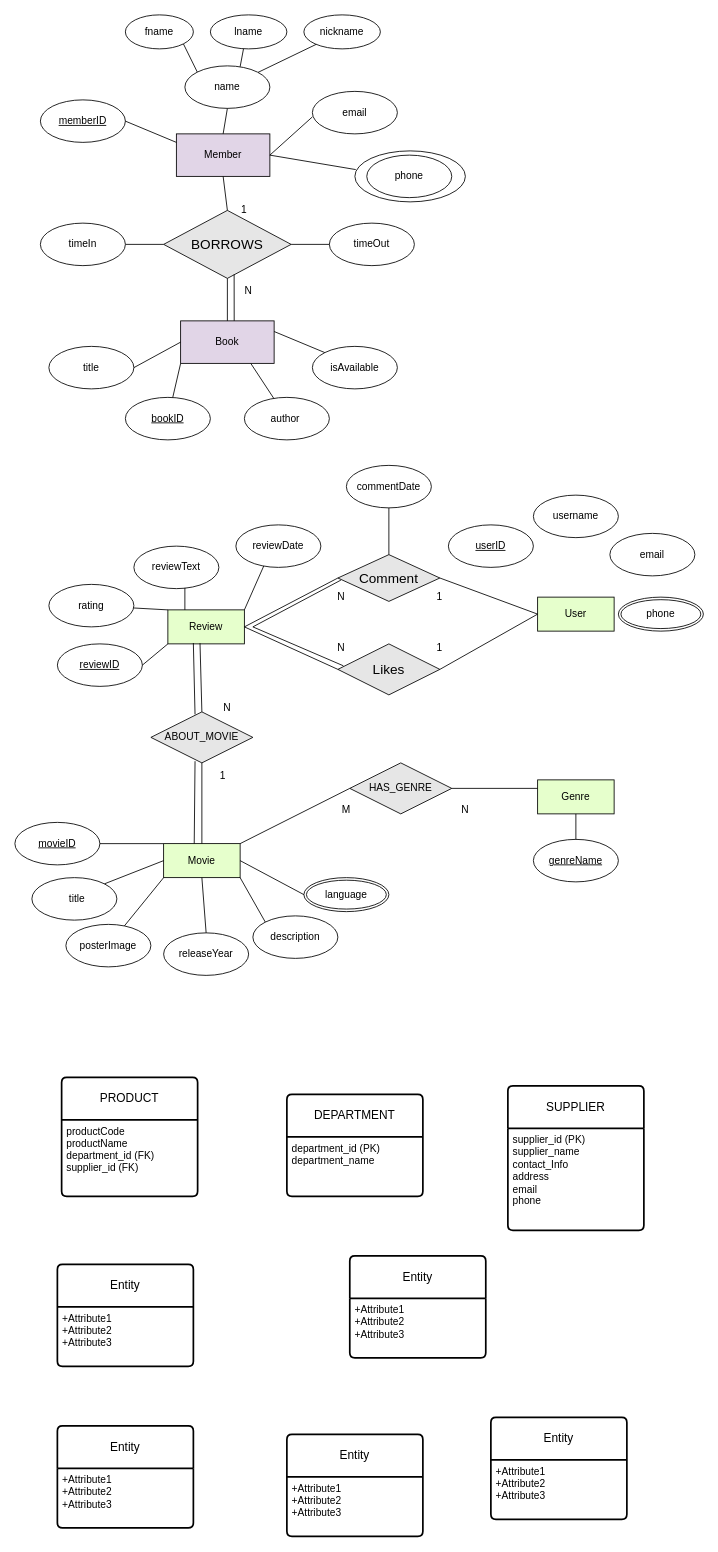
The draw.io diagram labdatabase1.drawio in bookbi/Game.py, before the edit. Source tidied: cells renumbered, new cells numbered last; positions are measured from the earlier drawing's top-left corner, leaving out a move shared by most shapes. Both pictures are drawn from the tidied source at 85%, with x=0, y=0 at pixel (14, 14).
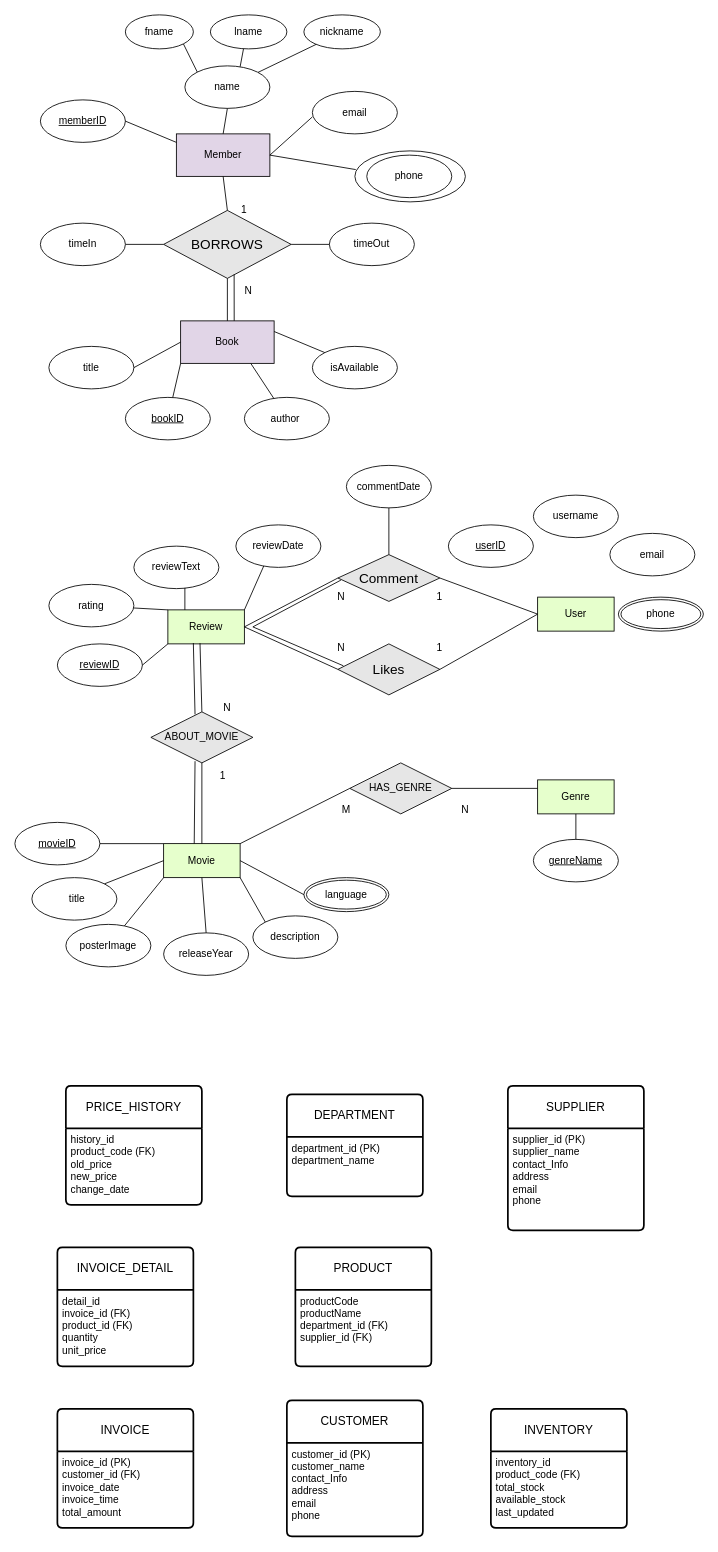
The same page after the edit.

The edit, as a diff of the source:
```diff
@@
     <mxCell id="93" value="PRODUCT" style="swimlane;horizontal=1;startSize=50;rounded=1;fontSize=14;fontStyle=0;strokeWidth=2;shadow=0;dashed=0;align=center;arcSize=4;whiteSpace=wrap;html=1;" parent="1" vertex="1">
-      <mxGeometry x="55" y="1250" width="160" height="140" as="geometry" />
+      <mxGeometry x="330" y="1450" width="160" height="140" as="geometry" />
     </mxCell>
@@
-    <mxCell id="99" value="Entity" style="swimlane;horizontal=1;startSize=50;rounded=1;fontSize=14;fontStyle=0;strokeWidth=2;shadow=0;dashed=0;align=center;arcSize=4;whiteSpace=wrap;html=1;" parent="1" vertex="1">
-      <mxGeometry x="394" y="1460" width="160" height="120" as="geometry" />
+    <mxCell id="99" value="PRICE_HISTORY" style="swimlane;horizontal=1;startSize=50;rounded=1;fontSize=14;fontStyle=0;strokeWidth=2;shadow=0;dashed=0;align=center;arcSize=4;whiteSpace=wrap;html=1;" parent="1" vertex="1">
+      <mxGeometry x="60" y="1260" width="160" height="140" as="geometry" />
     </mxCell>
-    <mxCell id="100" value="+Attribute1&#10;+Attribute2&#10;+Attribute3" style="align=left;strokeColor=none;fillColor=none;spacingLeft=4;spacingRight=4;fontSize=12;verticalAlign=top;html=1;whiteSpace=wrap;" parent="99" vertex="1">
-      <mxGeometry y="50" width="160" height="70" as="geometry" />
+    <mxCell id="100" value="history_id&lt;div&gt;product_code (FK)&lt;/div&gt;&lt;div&gt;old_price&lt;/div&gt;&lt;div&gt;new_price&lt;/div&gt;&lt;div&gt;change_date&lt;/div&gt;" style="align=left;strokeColor=none;fillColor=none;spacingLeft=4;spacingRight=4;fontSize=12;verticalAlign=top;html=1;whiteSpace=wrap;" parent="99" vertex="1">
+      <mxGeometry y="50" width="160" height="90" as="geometry" />
     </mxCell>
-    <mxCell id="101" value="Entity" style="swimlane;horizontal=1;startSize=50;rounded=1;fontSize=14;fontStyle=0;strokeWidth=2;shadow=0;dashed=0;align=center;arcSize=4;whiteSpace=wrap;html=1;" parent="1" vertex="1">
-      <mxGeometry x="50" y="1470" width="160" height="120" as="geometry" />
+    <mxCell id="101" value="INVOICE_DETAIL" style="swimlane;horizontal=1;startSize=50;rounded=1;fontSize=14;fontStyle=0;strokeWidth=2;shadow=0;dashed=0;align=center;arcSize=4;whiteSpace=wrap;html=1;" parent="1" vertex="1">
+      <mxGeometry x="50" y="1450" width="160" height="140" as="geometry" />
     </mxCell>
-    <mxCell id="102" value="+Attribute1&#10;+Attribute2&#10;+Attribute3" style="align=left;strokeColor=none;fillColor=none;spacingLeft=4;spacingRight=4;fontSize=12;verticalAlign=top;html=1;whiteSpace=wrap;" parent="101" vertex="1">
-      <mxGeometry y="50" width="160" height="70" as="geometry" />
+    <mxCell id="102" value="detail_id&lt;div&gt;invoice_id (FK)&lt;/div&gt;&lt;div&gt;product_id (FK)&lt;/div&gt;&lt;div&gt;quantity&lt;/div&gt;&lt;div&gt;unit_price&lt;/div&gt;" style="align=left;strokeColor=none;fillColor=none;spacingLeft=4;spacingRight=4;fontSize=12;verticalAlign=top;html=1;whiteSpace=wrap;" parent="101" vertex="1">
+      <mxGeometry y="50" width="160" height="90" as="geometry" />
     </mxCell>
-    <mxCell id="103" value="Entity" style="swimlane;horizontal=1;startSize=50;rounded=1;fontSize=14;fontStyle=0;strokeWidth=2;shadow=0;dashed=0;align=center;arcSize=4;whiteSpace=wrap;html=1;" parent="1" vertex="1">
-      <mxGeometry x="50" y="1660" width="160" height="120" as="geometry" />
+    <mxCell id="103" value="INVOICE" style="swimlane;horizontal=1;startSize=50;rounded=1;fontSize=14;fontStyle=0;strokeWidth=2;shadow=0;dashed=0;align=center;arcSize=4;whiteSpace=wrap;html=1;" parent="1" vertex="1">
+      <mxGeometry x="50" y="1640" width="160" height="140" as="geometry" />
     </mxCell>
-    <mxCell id="104" value="+Attribute1&#10;+Attribute2&#10;+Attribute3" style="align=left;strokeColor=none;fillColor=none;spacingLeft=4;spacingRight=4;fontSize=12;verticalAlign=top;html=1;whiteSpace=wrap;" parent="103" vertex="1">
-      <mxGeometry y="50" width="160" height="70" as="geometry" />
+    <mxCell id="104" value="invoice_id (PK)&lt;div&gt;customer_id (FK)&lt;/div&gt;&lt;div&gt;invoice_date&amp;nbsp;&lt;/div&gt;&lt;div&gt;invoice_time&lt;/div&gt;&lt;div&gt;total_amount&lt;/div&gt;" style="align=left;strokeColor=none;fillColor=none;spacingLeft=4;spacingRight=4;fontSize=12;verticalAlign=top;html=1;whiteSpace=wrap;" parent="103" vertex="1">
+      <mxGeometry y="50" width="160" height="90" as="geometry" />
     </mxCell>
-    <mxCell id="105" value="Entity" style="swimlane;horizontal=1;startSize=50;rounded=1;fontSize=14;fontStyle=0;strokeWidth=2;shadow=0;dashed=0;align=center;arcSize=4;whiteSpace=wrap;html=1;" parent="1" vertex="1">
-      <mxGeometry x="320" y="1670" width="160" height="120" as="geometry" />
+    <mxCell id="105" value="CUSTOMER" style="swimlane;horizontal=1;startSize=50;rounded=1;fontSize=14;fontStyle=0;strokeWidth=2;shadow=0;dashed=0;align=center;arcSize=4;whiteSpace=wrap;html=1;" parent="1" vertex="1">
+      <mxGeometry x="320" y="1630" width="160" height="160" as="geometry" />
     </mxCell>
-    <mxCell id="106" value="+Attribute1&#10;+Attribute2&#10;+Attribute3" style="align=left;strokeColor=none;fillColor=none;spacingLeft=4;spacingRight=4;fontSize=12;verticalAlign=top;html=1;whiteSpace=wrap;" parent="105" vertex="1">
-      <mxGeometry y="50" width="160" height="70" as="geometry" />
+    <mxCell id="106" value="customer_id (PK)&lt;div&gt;&lt;div&gt;customer_name&lt;/div&gt;&lt;div&gt;contact_Info&lt;/div&gt;&lt;div&gt;address&lt;/div&gt;&lt;div&gt;email&lt;/div&gt;&lt;div&gt;phone&lt;/div&gt;&lt;/div&gt;" style="align=left;strokeColor=none;fillColor=none;spacingLeft=4;spacingRight=4;fontSize=12;verticalAlign=top;html=1;whiteSpace=wrap;" parent="105" vertex="1">
+      <mxGeometry y="50" width="160" height="110" as="geometry" />
     </mxCell>
-    <mxCell id="107" value="Entity" style="swimlane;horizontal=1;startSize=50;rounded=1;fontSize=14;fontStyle=0;strokeWidth=2;shadow=0;dashed=0;align=center;arcSize=4;whiteSpace=wrap;html=1;" parent="1" vertex="1">
-      <mxGeometry x="560" y="1650" width="160" height="120" as="geometry" />
+    <mxCell id="107" value="INVENTORY" style="swimlane;horizontal=1;startSize=50;rounded=1;fontSize=14;fontStyle=0;strokeWidth=2;shadow=0;dashed=0;align=center;arcSize=4;whiteSpace=wrap;html=1;" parent="1" vertex="1">
+      <mxGeometry x="560" y="1640" width="160" height="140" as="geometry" />
     </mxCell>
-    <mxCell id="108" value="+Attribute1&#10;+Attribute2&#10;+Attribute3" style="align=left;strokeColor=none;fillColor=none;spacingLeft=4;spacingRight=4;fontSize=12;verticalAlign=top;html=1;whiteSpace=wrap;" parent="107" vertex="1">
-      <mxGeometry y="50" width="160" height="70" as="geometry" />
+    <mxCell id="108" value="inventory_id&lt;div&gt;product_code (FK)&lt;/div&gt;&lt;div&gt;total_stock&lt;/div&gt;&lt;div&gt;available_stock&lt;/div&gt;&lt;div&gt;last_updated&lt;/div&gt;" style="align=left;strokeColor=none;fillColor=none;spacingLeft=4;spacingRight=4;fontSize=12;verticalAlign=top;html=1;whiteSpace=wrap;" parent="107" vertex="1">
+      <mxGeometry y="50" width="160" height="90" as="geometry" />
     </mxCell>
```
